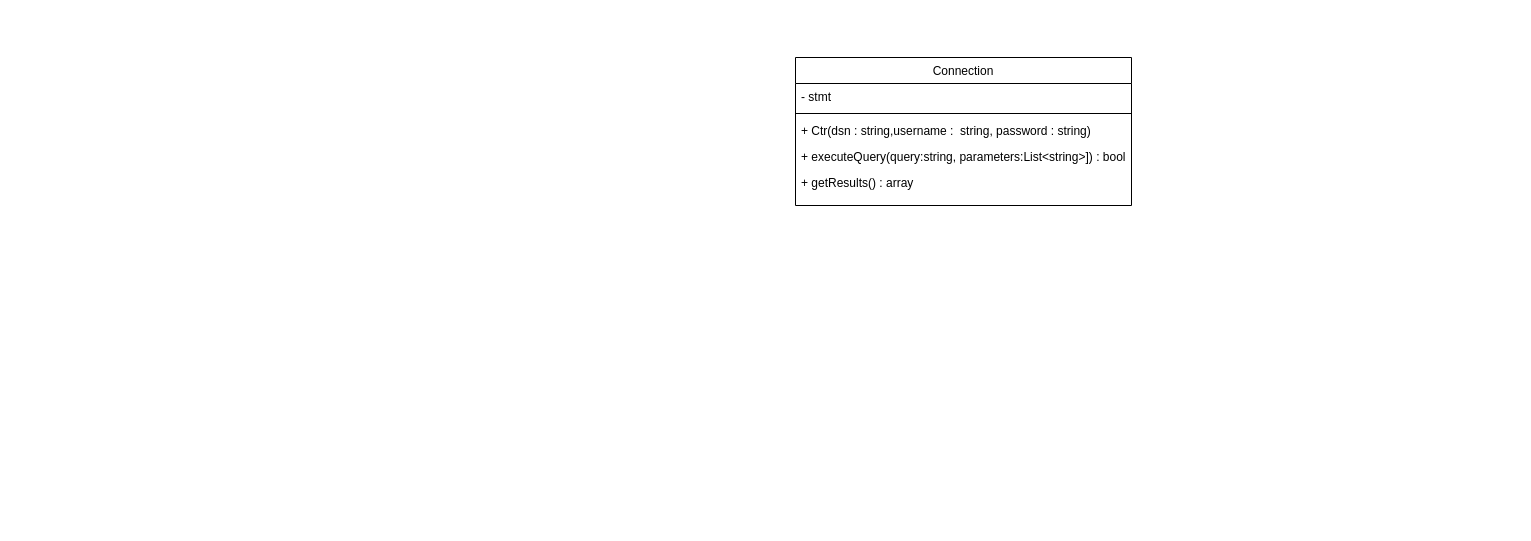
The draw.io diagram doc/DiagrammeDeClasse.drawio in waarx11/Projet_Php_Todo_Lidt, before the edit. Source tidied: cells renumbered, new cells numbered last; positions are measured from the earlier drawing's top-left corner, leaving out a move shared by most shapes. Both pictures are drawn from the tidied source at 100%, with x=0, y=0 at pixel (795, 57).
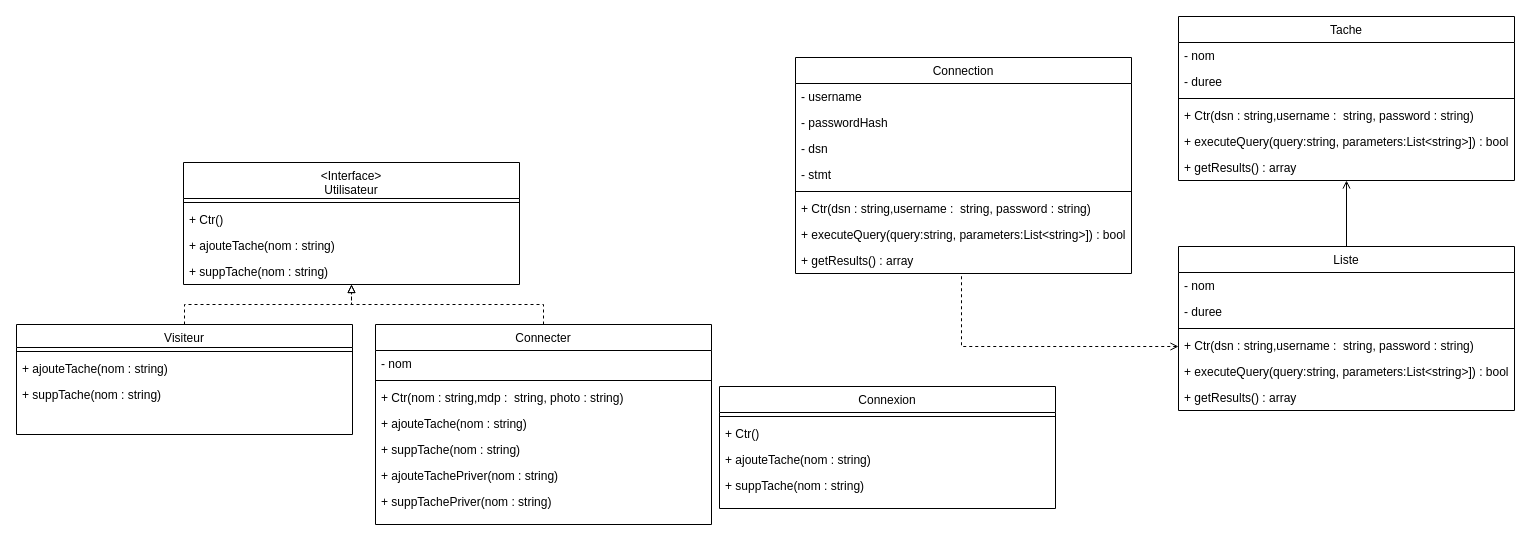
The same diagram, later.

Commit message:
Diagramme classe avancement

Diff of the diagram source:
```diff
@@
     <mxCell id="2" value="Connection" style="swimlane;fontStyle=0;align=center;verticalAlign=top;horizontal=1;startSize=26;rounded=0;shadow=0;strokeWidth=1;" parent="1" vertex="1">
-      <mxGeometry width="336" height="148" as="geometry" />
+      <mxGeometry width="336" height="216" as="geometry" />
     </mxCell>
-    <mxCell id="3" value="- stmt" style="text;align=left;verticalAlign=top;spacingLeft=4;spacingRight=4;overflow=hidden;rounded=0;shadow=0;html=0;" parent="2" vertex="1">
+    <mxCell id="3" value="- username" style="text;align=left;verticalAlign=top;spacingLeft=4;spacingRight=4;overflow=hidden;rounded=0;shadow=0;html=0;" parent="2" vertex="1">
       <mxGeometry y="26" width="336" height="26" as="geometry" />
     </mxCell>
+    <mxCell id="8" value="- passwordHash" style="text;align=left;verticalAlign=top;spacingLeft=4;spacingRight=4;overflow=hidden;rounded=0;shadow=0;html=0;" parent="2" vertex="1">
+      <mxGeometry y="52" width="336" height="26" as="geometry" />
+    </mxCell>
+    <mxCell id="9" value="- dsn" style="text;align=left;verticalAlign=top;spacingLeft=4;spacingRight=4;overflow=hidden;rounded=0;shadow=0;html=0;" parent="2" vertex="1">
+      <mxGeometry y="78" width="336" height="26" as="geometry" />
+    </mxCell>
+    <mxCell id="10" value="- stmt" style="text;align=left;verticalAlign=top;spacingLeft=4;spacingRight=4;overflow=hidden;rounded=0;shadow=0;html=0;" parent="2" vertex="1">
+      <mxGeometry y="104" width="336" height="26" as="geometry" />
+    </mxCell>
     <mxCell id="4" style="line;html=1;strokeWidth=1;align=left;verticalAlign=middle;spacingTop=-1;spacingLeft=3;spacingRight=3;labelPosition=right;" parent="2" vertex="1">
-      <mxGeometry y="52" width="336" height="8" as="geometry" />
+      <mxGeometry y="130" width="336" height="8" as="geometry" />
     </mxCell>
     <mxCell id="5" value="+ Ctr(dsn : string,username :  string, password : string)" style="text;align=left;verticalAlign=top;spacingLeft=4;spacingRight=4;overflow=hidden;" parent="2" vertex="1">
-      <mxGeometry y="60" width="336" height="26" as="geometry" />
+      <mxGeometry y="138" width="336" height="26" as="geometry" />
     </mxCell>
     <mxCell id="6" value="+ executeQuery(query:string, parameters:List&lt;string&gt;]) : bool" style="text;align=left;verticalAlign=top;spacingLeft=4;spacingRight=4;overflow=hidden;" parent="2" vertex="1">
-      <mxGeometry y="86" width="336" height="26" as="geometry" />
+      <mxGeometry y="164" width="336" height="26" as="geometry" />
     </mxCell>
     <mxCell id="7" value="+ getResults() : array" style="text;align=left;verticalAlign=top;spacingLeft=4;spacingRight=4;overflow=hidden;" parent="2" vertex="1">
-      <mxGeometry y="112" width="336" height="26" as="geometry" />
+      <mxGeometry y="190" width="336" height="26" as="geometry" />
     </mxCell>
+    <mxCell id="11" value="Tache" style="swimlane;fontStyle=0;align=center;verticalAlign=top;horizontal=1;startSize=26;rounded=0;shadow=0;strokeWidth=1;" parent="1" vertex="1">
+      <mxGeometry x="383" y="-41" width="336" height="164" as="geometry" />
+    </mxCell>
+    <mxCell id="12" value="- nom" style="text;align=left;verticalAlign=top;spacingLeft=4;spacingRight=4;overflow=hidden;rounded=0;shadow=0;html=0;" parent="11" vertex="1">
+      <mxGeometry y="26" width="336" height="26" as="geometry" />
+    </mxCell>
+    <mxCell id="13" value="- duree" style="text;align=left;verticalAlign=top;spacingLeft=4;spacingRight=4;overflow=hidden;rounded=0;shadow=0;html=0;" parent="11" vertex="1">
+      <mxGeometry y="52" width="336" height="26" as="geometry" />
+    </mxCell>
+    <mxCell id="14" style="line;html=1;strokeWidth=1;align=left;verticalAlign=middle;spacingTop=-1;spacingLeft=3;spacingRight=3;labelPosition=right;" parent="11" vertex="1">
+      <mxGeometry y="78" width="336" height="8" as="geometry" />
+    </mxCell>
+    <mxCell id="15" value="+ Ctr(dsn : string,username :  string, password : string)" style="text;align=left;verticalAlign=top;spacingLeft=4;spacingRight=4;overflow=hidden;" parent="11" vertex="1">
+      <mxGeometry y="86" width="336" height="26" as="geometry" />
+    </mxCell>
+    <mxCell id="16" value="+ executeQuery(query:string, parameters:List&lt;string&gt;]) : bool" style="text;align=left;verticalAlign=top;spacingLeft=4;spacingRight=4;overflow=hidden;" parent="11" vertex="1">
+      <mxGeometry y="112" width="336" height="26" as="geometry" />
+    </mxCell>
+    <mxCell id="17" value="+ getResults() : array" style="text;align=left;verticalAlign=top;spacingLeft=4;spacingRight=4;overflow=hidden;" parent="11" vertex="1">
+      <mxGeometry y="138" width="336" height="26" as="geometry" />
+    </mxCell>
+    <mxCell id="18" value="Liste" style="swimlane;fontStyle=0;align=center;verticalAlign=top;horizontal=1;startSize=26;rounded=0;shadow=0;strokeWidth=1;" parent="1" vertex="1">
+      <mxGeometry x="383" y="189" width="336" height="164" as="geometry" />
+    </mxCell>
+    <mxCell id="19" value="- nom" style="text;align=left;verticalAlign=top;spacingLeft=4;spacingRight=4;overflow=hidden;rounded=0;shadow=0;html=0;" parent="18" vertex="1">
+      <mxGeometry y="26" width="336" height="26" as="geometry" />
+    </mxCell>
+    <mxCell id="20" value="- duree" style="text;align=left;verticalAlign=top;spacingLeft=4;spacingRight=4;overflow=hidden;rounded=0;shadow=0;html=0;" parent="18" vertex="1">
+      <mxGeometry y="52" width="336" height="26" as="geometry" />
+    </mxCell>
+    <mxCell id="21" style="line;html=1;strokeWidth=1;align=left;verticalAlign=middle;spacingTop=-1;spacingLeft=3;spacingRight=3;labelPosition=right;" parent="18" vertex="1">
+      <mxGeometry y="78" width="336" height="8" as="geometry" />
+    </mxCell>
+    <mxCell id="22" value="+ Ctr(dsn : string,username :  string, password : string)" style="text;align=left;verticalAlign=top;spacingLeft=4;spacingRight=4;overflow=hidden;" parent="18" vertex="1">
+      <mxGeometry y="86" width="336" height="26" as="geometry" />
+    </mxCell>
+    <mxCell id="23" value="+ executeQuery(query:string, parameters:List&lt;string&gt;]) : bool" style="text;align=left;verticalAlign=top;spacingLeft=4;spacingRight=4;overflow=hidden;" parent="18" vertex="1">
+      <mxGeometry y="112" width="336" height="26" as="geometry" />
+    </mxCell>
+    <mxCell id="24" value="+ getResults() : array" style="text;align=left;verticalAlign=top;spacingLeft=4;spacingRight=4;overflow=hidden;" parent="18" vertex="1">
+      <mxGeometry y="138" width="336" height="26" as="geometry" />
+    </mxCell>
+    <mxCell id="25" style="edgeStyle=orthogonalEdgeStyle;rounded=0;jettySize=auto;html=1;startArrow=open;startFill=0;endArrow=none;endFill=0;" parent="1" edge="1" source="11" target="18">
+      <mxGeometry relative="1" as="geometry">
+        <Array as="points">
+          <mxPoint x="538" y="221" />
+          <mxPoint x="538" y="221" />
+        </Array>
+      </mxGeometry>
+    </mxCell>
+    <mxCell id="26" value="&lt;Interface&gt;&#10;Utilisateur" style="swimlane;fontStyle=0;align=center;verticalAlign=top;horizontal=1;startSize=36;rounded=0;shadow=0;strokeWidth=1;" parent="1" vertex="1">
+      <mxGeometry x="-612" y="105" width="336" height="122" as="geometry" />
+    </mxCell>
+    <mxCell id="27" style="line;html=1;strokeWidth=1;align=left;verticalAlign=middle;spacingTop=-1;spacingLeft=3;spacingRight=3;labelPosition=right;" parent="26" vertex="1">
+      <mxGeometry y="36" width="336" height="8" as="geometry" />
+    </mxCell>
+    <mxCell id="28" value="+ Ctr()" style="text;align=left;verticalAlign=top;spacingLeft=4;spacingRight=4;overflow=hidden;" parent="26" vertex="1">
+      <mxGeometry y="44" width="336" height="26" as="geometry" />
+    </mxCell>
+    <mxCell id="29" value="+ ajouteTache(nom : string)" style="text;align=left;verticalAlign=top;spacingLeft=4;spacingRight=4;overflow=hidden;" parent="26" vertex="1">
+      <mxGeometry y="70" width="336" height="26" as="geometry" />
+    </mxCell>
+    <mxCell id="30" value="+ suppTache(nom : string)" style="text;align=left;verticalAlign=top;spacingLeft=4;spacingRight=4;overflow=hidden;" parent="26" vertex="1">
+      <mxGeometry y="96" width="336" height="26" as="geometry" />
+    </mxCell>
+    <mxCell id="31" style="edgeStyle=orthogonalEdgeStyle;rounded=0;jettySize=auto;html=1;startArrow=none;startFill=0;endArrow=block;endFill=0;strokeWidth=1;dashed=1;" parent="1" edge="1" source="32" target="26">
+      <mxGeometry relative="1" as="geometry" />
+    </mxCell>
+    <mxCell id="32" value="Connecter" style="swimlane;fontStyle=0;align=center;verticalAlign=top;horizontal=1;startSize=26;rounded=0;shadow=0;strokeWidth=1;" parent="1" vertex="1">
+      <mxGeometry x="-420" y="267" width="336" height="200" as="geometry" />
+    </mxCell>
+    <mxCell id="33" value="- nom" style="text;align=left;verticalAlign=top;spacingLeft=4;spacingRight=4;overflow=hidden;rounded=0;shadow=0;html=0;" parent="32" vertex="1">
+      <mxGeometry y="26" width="336" height="26" as="geometry" />
+    </mxCell>
+    <mxCell id="34" style="line;html=1;strokeWidth=1;align=left;verticalAlign=middle;spacingTop=-1;spacingLeft=3;spacingRight=3;labelPosition=right;" parent="32" vertex="1">
+      <mxGeometry y="52" width="336" height="8" as="geometry" />
+    </mxCell>
+    <mxCell id="35" value="+ Ctr(nom : string,mdp :  string, photo : string)" style="text;align=left;verticalAlign=top;spacingLeft=4;spacingRight=4;overflow=hidden;" parent="32" vertex="1">
+      <mxGeometry y="60" width="336" height="26" as="geometry" />
+    </mxCell>
+    <mxCell id="36" value="+ ajouteTache(nom : string)" style="text;align=left;verticalAlign=top;spacingLeft=4;spacingRight=4;overflow=hidden;" parent="32" vertex="1">
+      <mxGeometry y="86" width="336" height="26" as="geometry" />
+    </mxCell>
+    <mxCell id="37" value="+ suppTache(nom : string)" style="text;align=left;verticalAlign=top;spacingLeft=4;spacingRight=4;overflow=hidden;" parent="32" vertex="1">
+      <mxGeometry y="112" width="336" height="26" as="geometry" />
+    </mxCell>
+    <mxCell id="38" value="+ ajouteTachePriver(nom : string)" style="text;align=left;verticalAlign=top;spacingLeft=4;spacingRight=4;overflow=hidden;" parent="32" vertex="1">
+      <mxGeometry y="138" width="336" height="26" as="geometry" />
+    </mxCell>
+    <mxCell id="39" value="+ suppTachePriver(nom : string)" style="text;align=left;verticalAlign=top;spacingLeft=4;spacingRight=4;overflow=hidden;" parent="32" vertex="1">
+      <mxGeometry y="164" width="336" height="26" as="geometry" />
+    </mxCell>
+    <mxCell id="40" value="Visiteur" style="swimlane;fontStyle=0;align=center;verticalAlign=top;horizontal=1;startSize=23;rounded=0;shadow=0;strokeWidth=1;" parent="1" vertex="1">
+      <mxGeometry x="-779" y="267" width="336" height="110" as="geometry" />
+    </mxCell>
+    <mxCell id="41" style="line;html=1;strokeWidth=1;align=left;verticalAlign=middle;spacingTop=-1;spacingLeft=3;spacingRight=3;labelPosition=right;" parent="40" vertex="1">
+      <mxGeometry y="23" width="336" height="8" as="geometry" />
+    </mxCell>
+    <mxCell id="42" value="+ ajouteTache(nom : string)" style="text;align=left;verticalAlign=top;spacingLeft=4;spacingRight=4;overflow=hidden;" parent="40" vertex="1">
+      <mxGeometry y="31" width="336" height="26" as="geometry" />
+    </mxCell>
+    <mxCell id="43" value="+ suppTache(nom : string)" style="text;align=left;verticalAlign=top;spacingLeft=4;spacingRight=4;overflow=hidden;" parent="40" vertex="1">
+      <mxGeometry y="57" width="336" height="26" as="geometry" />
+    </mxCell>
+    <mxCell id="44" style="edgeStyle=orthogonalEdgeStyle;rounded=0;jettySize=auto;html=1;startArrow=none;startFill=0;endArrow=block;endFill=0;strokeWidth=1;dashed=1;" parent="1" edge="1" source="40" target="26">
+      <mxGeometry relative="1" as="geometry" />
+    </mxCell>
+    <mxCell id="45" style="edgeStyle=orthogonalEdgeStyle;rounded=0;jettySize=auto;html=1;startArrow=open;startFill=0;endArrow=none;endFill=0;dashed=1;" parent="1" edge="1" source="18" target="2">
+      <mxGeometry relative="1" as="geometry">
+        <Array as="points">
+          <mxPoint x="166" y="289" />
+        </Array>
+      </mxGeometry>
+    </mxCell>
+    <mxCell id="46" value="Connexion" style="swimlane;fontStyle=0;align=center;verticalAlign=top;horizontal=1;startSize=26;rounded=0;shadow=0;strokeWidth=1;" parent="1" vertex="1">
+      <mxGeometry x="-76" y="329" width="336" height="122" as="geometry" />
+    </mxCell>
+    <mxCell id="47" style="line;html=1;strokeWidth=1;align=left;verticalAlign=middle;spacingTop=-1;spacingLeft=3;spacingRight=3;labelPosition=right;" parent="46" vertex="1">
+      <mxGeometry y="26" width="336" height="8" as="geometry" />
+    </mxCell>
+    <mxCell id="48" value="+ Ctr()" style="text;align=left;verticalAlign=top;spacingLeft=4;spacingRight=4;overflow=hidden;" parent="46" vertex="1">
+      <mxGeometry y="34" width="336" height="26" as="geometry" />
+    </mxCell>
+    <mxCell id="49" value="+ ajouteTache(nom : string)" style="text;align=left;verticalAlign=top;spacingLeft=4;spacingRight=4;overflow=hidden;" parent="46" vertex="1">
+      <mxGeometry y="60" width="336" height="26" as="geometry" />
+    </mxCell>
+    <mxCell id="50" value="+ suppTache(nom : string)" style="text;align=left;verticalAlign=top;spacingLeft=4;spacingRight=4;overflow=hidden;" parent="46" vertex="1">
+      <mxGeometry y="86" width="336" height="26" as="geometry" />
+    </mxCell>
```
